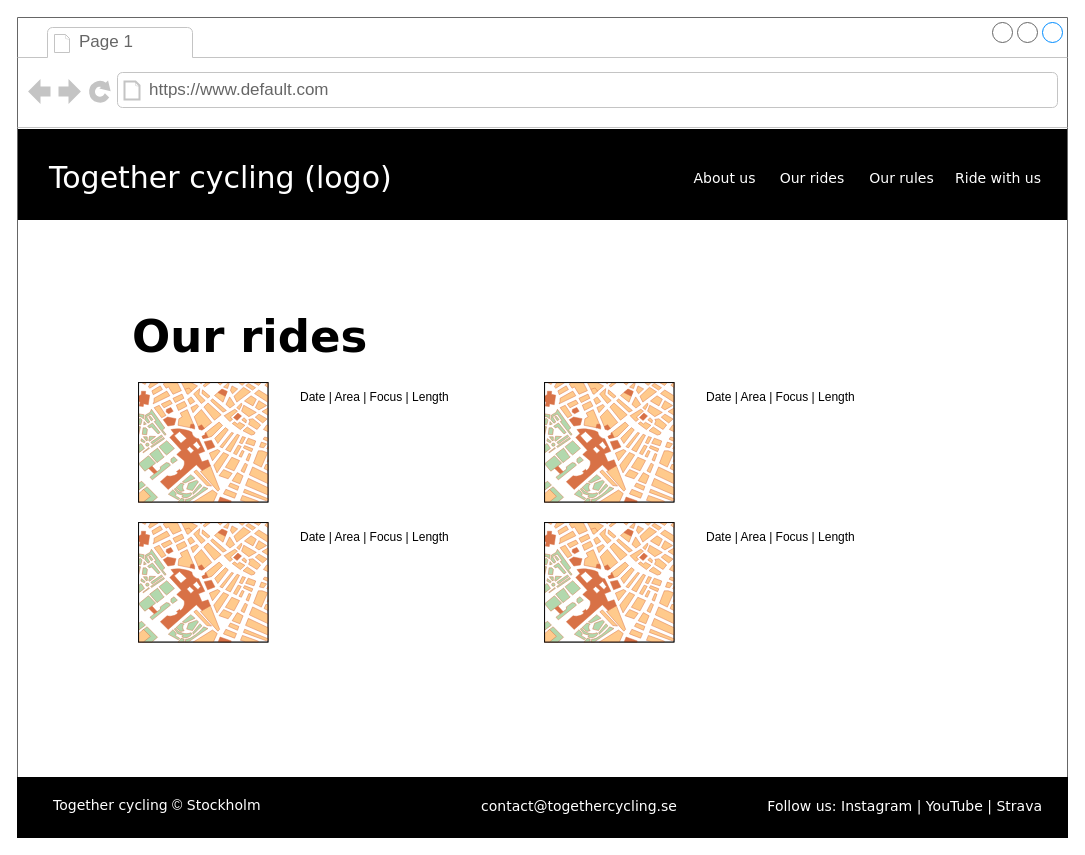
The draw.io diagram page "Our rides" (2 of 4) of Together-cycling.drawio in CharlottaG/Together-Cycling, before the edit. Source tidied: cells renumbered, new cells numbered last; positions are measured from the earlier drawing's top-left corner, leaving out a move shared by most shapes. Both pictures are drawn from the tidied source at 100%, with x=0, y=0 at pixel (17, 17).
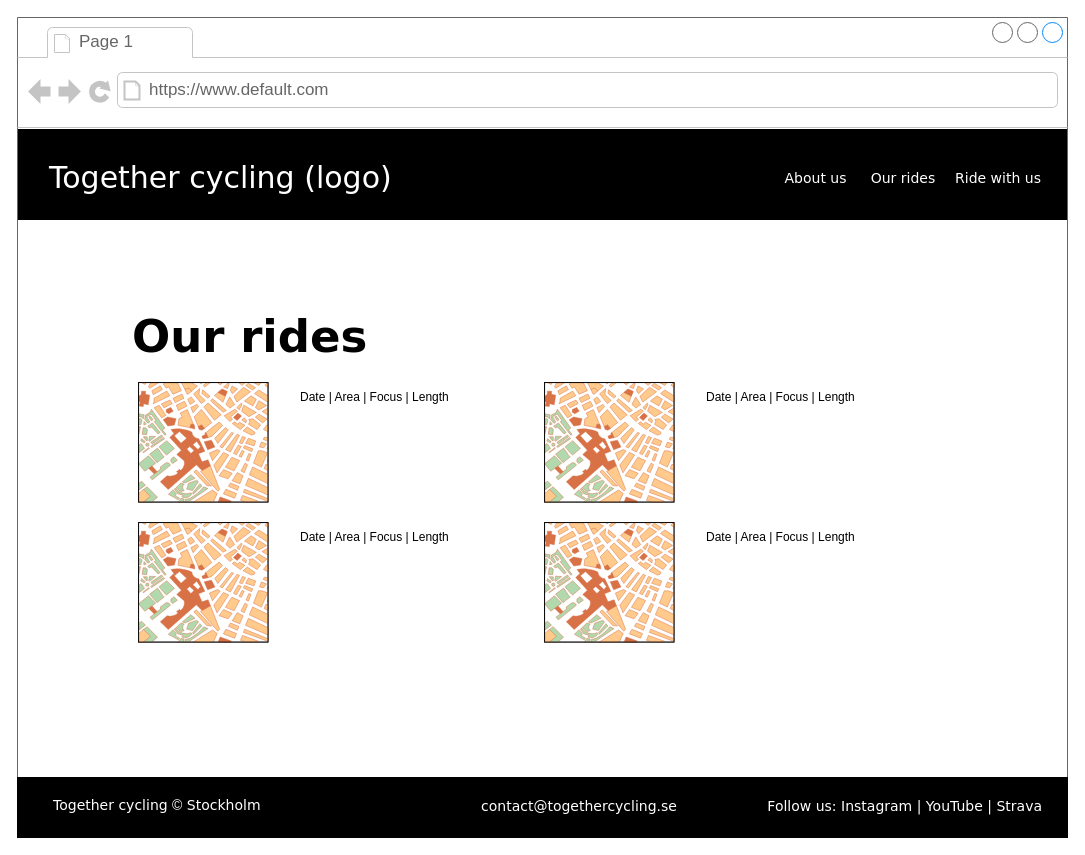
Above is the later version.

Change to the diagram source:
```diff
@@
     <mxCell id="20" value="Our rides" style="fillColor=none;strokeColor=none;fontSize=14;fontColor=#FFFFFF;fontFamily=Verdana;labelBackgroundColor=none;flipH=1;" parent="1" vertex="1">
-      <mxGeometry x="762" y="140" width="66" height="40" as="geometry" />
+      <mxGeometry x="853" y="140" width="66" height="40" as="geometry" />
     </mxCell>
@@
     <mxCell id="22" value="About us" style="fillColor=none;strokeColor=none;fontSize=14;fontColor=#FFFFFF;fontFamily=Verdana;labelBackgroundColor=none;flipH=1;" parent="1" vertex="1">
-      <mxGeometry x="675" y="140" width="65" height="40" as="geometry" />
+      <mxGeometry x="766" y="140" width="65" height="40" as="geometry" />
     </mxCell>
-    <mxCell id="23" value="Our rules" style="fillColor=none;strokeColor=none;fontSize=14;fontColor=#FFFFFF;fontFamily=Verdana;labelBackgroundColor=none;flipH=1;" parent="1" vertex="1">
-      <mxGeometry x="851" y="140" width="67" height="40" as="geometry" />
-    </mxCell>
```
